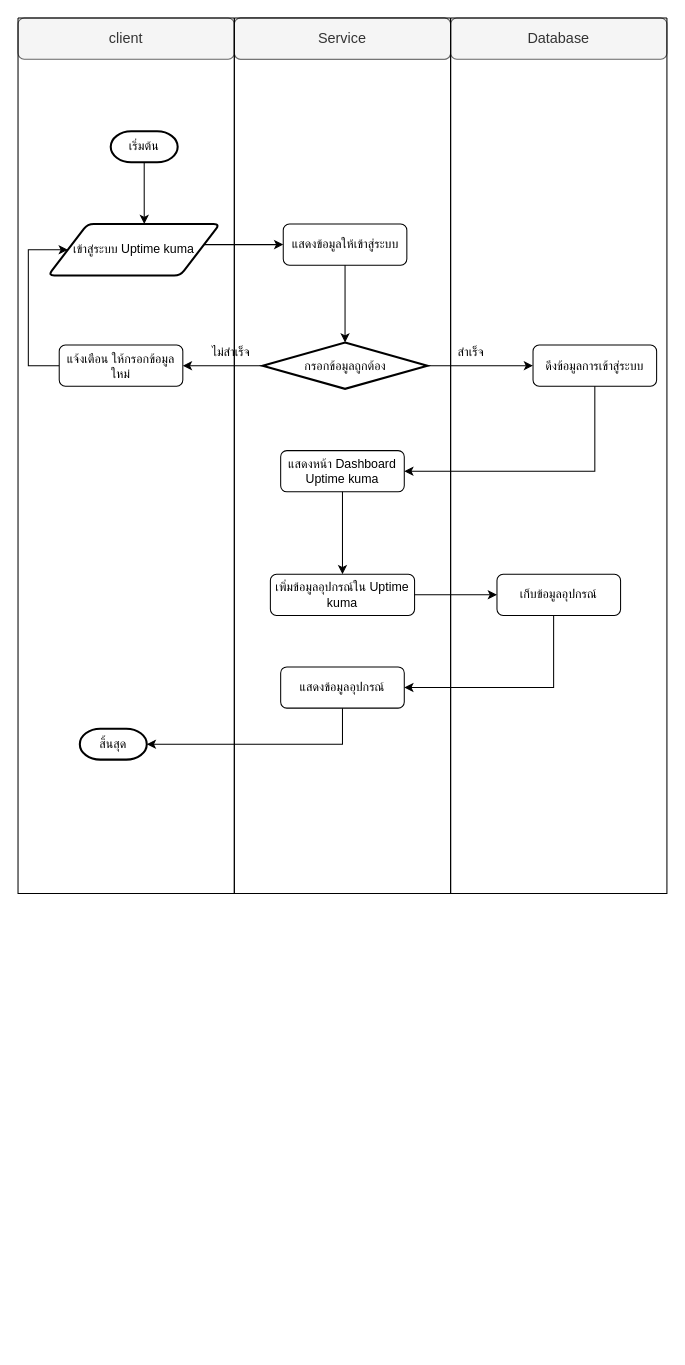
Above: page "flowchart-01" (9 of 9) of Diagram.drawio in Monaphat374/Sequence_project374 (draw.io), before the change. Source tidied: cells renumbered, new cells numbered last; positions are measured from the earlier drawing's top-left corner, leaving out a move shared by most shapes. Both pictures are drawn from the tidied source at 103%, with x=0, y=0 at pixel (18, 18).
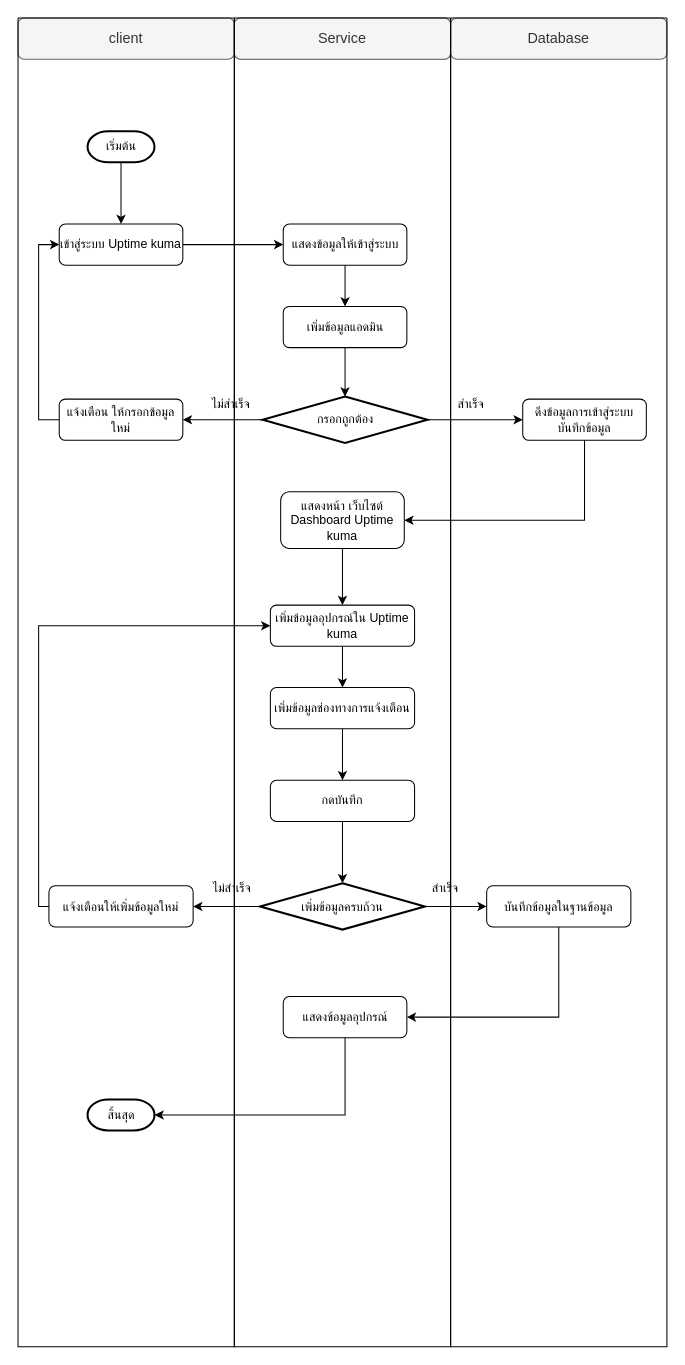
After the change.

Unchanged cells that the change refers to:
```xml
<mxCell id="7" value="แสดงข้อมูลให้เข้าสู่ระบบ" style="rounded=1;whiteSpace=wrap;html=1;" parent="6" vertex="1">
  <mxGeometry x="47.5" y="200" width="120" height="40" as="geometry" />
</mxCell>
```

Change to the diagram source:
```diff
@@
     <mxCell id="6" style="swimlane;startSize=0;strokeColor=light-dark(#000000,#000000);" parent="1" vertex="1">
-      <mxGeometry x="210" width="210" height="850" as="geometry" />
+      <mxGeometry x="210" width="210" height="1290" as="geometry" />
     </mxCell>
+    <mxCell id="33" style="edgeStyle=orthogonalEdgeStyle;rounded=0;jettySize=auto;html=1;entryX=0.5;entryY=0;entryDx=0;entryDy=0;" parent="6" edge="1" source="7" target="35">
+      <mxGeometry relative="1" as="geometry" />
+    </mxCell>
@@
-    <mxCell id="8" value="กรอกข้อมูลถูกต้อง" style="strokeWidth=2;html=1;shape=mxgraph.flowchart.decision;whiteSpace=wrap;" parent="6" vertex="1">
-      <mxGeometry x="27.5" y="315" width="160" height="45" as="geometry" />
+    <mxCell id="8" value="กรอกถูกต้อง" style="strokeWidth=2;html=1;shape=mxgraph.flowchart.decision;whiteSpace=wrap;" parent="6" vertex="1">
+      <mxGeometry x="27.5" y="367.5" width="160" height="45" as="geometry" />
     </mxCell>
     <mxCell id="9" value="แสดงข้อมูลอุปกรณ์" style="rounded=1;whiteSpace=wrap;html=1;" parent="6" vertex="1">
-      <mxGeometry x="45" y="630" width="120" height="40" as="geometry" />
+      <mxGeometry x="47.5" y="950" width="120" height="40" as="geometry" />
     </mxCell>
-    <mxCell id="10" value="แสดงหน้า Dashboard&lt;div&gt;Uptime kuma&lt;/div&gt;" style="rounded=1;whiteSpace=wrap;html=1;" parent="6" vertex="1">
-      <mxGeometry x="45" y="420" width="120" height="40" as="geometry" />
+    <mxCell id="10" value="แสดงหน้า เว็บไซต์&lt;div&gt;Dashboard Uptime kuma&lt;/div&gt;" style="rounded=1;whiteSpace=wrap;html=1;" parent="6" vertex="1">
+      <mxGeometry x="45" y="460" width="120" height="55" as="geometry" />
     </mxCell>
+    <mxCell id="34" style="edgeStyle=orthogonalEdgeStyle;rounded=0;jettySize=auto;html=1;entryX=0.5;entryY=0;entryDx=0;entryDy=0;" parent="6" edge="1" source="11" target="38">
+      <mxGeometry relative="1" as="geometry" />
+    </mxCell>
     <mxCell id="11" value="เพิ่มข้อมูลอุปกรณ์ใน Uptime kuma" style="rounded=1;whiteSpace=wrap;html=1;" parent="6" vertex="1">
-      <mxGeometry x="35" y="540" width="140" height="40" as="geometry" />
+      <mxGeometry x="35" y="570" width="140" height="40" as="geometry" />
     </mxCell>
@@
-    <mxCell id="13" style="edgeStyle=orthogonalEdgeStyle;rounded=0;jettySize=auto;html=1;entryX=0.5;entryY=0;entryDx=0;entryDy=0;entryPerimeter=0;" parent="6" edge="1" source="7" target="8">
-      <mxGeometry relative="1" as="geometry" />
-    </mxCell>
+    <mxCell id="35" value="เพิ่มข้อมูลแอดมิน" style="rounded=1;whiteSpace=wrap;html=1;" parent="6" vertex="1">
+      <mxGeometry x="47.5" y="280" width="120" height="40" as="geometry" />
+    </mxCell>
+    <mxCell id="36" style="edgeStyle=orthogonalEdgeStyle;rounded=0;jettySize=auto;html=1;entryX=0.5;entryY=0;entryDx=0;entryDy=0;entryPerimeter=0;" parent="6" edge="1" source="35" target="8">
+      <mxGeometry relative="1" as="geometry" />
+    </mxCell>
+    <mxCell id="37" style="edgeStyle=orthogonalEdgeStyle;rounded=0;jettySize=auto;html=1;exitX=0.5;exitY=1;exitDx=0;exitDy=0;entryX=0.5;entryY=0;entryDx=0;entryDy=0;" parent="6" edge="1" source="38" target="40">
+      <mxGeometry relative="1" as="geometry" />
+    </mxCell>
+    <mxCell id="38" value="เพิ่มข้อมูลช่องทางการแจ้งเตือน" style="rounded=1;whiteSpace=wrap;html=1;" parent="6" vertex="1">
+      <mxGeometry x="35" y="650" width="140" height="40" as="geometry" />
+    </mxCell>
+    <mxCell id="39" style="edgeStyle=orthogonalEdgeStyle;rounded=0;jettySize=auto;html=1;exitX=0.5;exitY=1;exitDx=0;exitDy=0;" parent="6" edge="1" source="40" target="41">
+      <mxGeometry relative="1" as="geometry" />
+    </mxCell>
+    <mxCell id="40" value="กดบันทึก" style="rounded=1;whiteSpace=wrap;html=1;" parent="6" vertex="1">
+      <mxGeometry x="35" y="740" width="140" height="40" as="geometry" />
+    </mxCell>
+    <mxCell id="41" value="เพิ่มข้อมูลครบถ้วน" style="strokeWidth=2;html=1;shape=mxgraph.flowchart.decision;whiteSpace=wrap;" parent="6" vertex="1">
+      <mxGeometry x="25" y="840" width="160" height="45" as="geometry" />
+    </mxCell>
+    <mxCell id="42" value="สำเร็จ" style="text;html=1;whiteSpace=wrap;strokeColor=none;fillColor=none;align=center;verticalAlign=middle;rounded=0;" parent="6" vertex="1">
+      <mxGeometry x="175" y="830" width="60" height="30" as="geometry" />
+    </mxCell>
+    <mxCell id="43" value="ไม่สำเร็จ" style="text;html=1;whiteSpace=wrap;strokeColor=none;fillColor=none;align=center;verticalAlign=middle;rounded=0;" parent="6" vertex="1">
+      <mxGeometry x="-32.5" y="830" width="60" height="30" as="geometry" />
+    </mxCell>
+    <mxCell id="22" style="swimlane;startSize=0;strokeColor=light-dark(#000000,#000000);" parent="6" vertex="1">
+      <mxGeometry x="210" width="210" height="1290" as="geometry" />
+    </mxCell>
+    <mxCell id="23" value="ดึงข้อมูลการเข้าสู่ระบบ&lt;div&gt;บันทึกข้อมูล&lt;/div&gt;" style="rounded=1;whiteSpace=wrap;html=1;" parent="22" vertex="1">
+      <mxGeometry x="70" y="370" width="120" height="40" as="geometry" />
+    </mxCell>
+    <mxCell id="44" value="บันทึกข้อมูลในฐานข้อมูล" style="rounded=1;whiteSpace=wrap;html=1;" parent="22" vertex="1">
+      <mxGeometry x="35" y="842.5" width="140" height="40" as="geometry" />
+    </mxCell>
+    <mxCell id="26" style="edgeStyle=orthogonalEdgeStyle;rounded=0;jettySize=auto;html=1;entryX=0;entryY=0.5;entryDx=0;entryDy=0;" parent="6" edge="1" source="8" target="23">
+      <mxGeometry relative="1" as="geometry" />
+    </mxCell>
+    <mxCell id="28" style="edgeStyle=orthogonalEdgeStyle;rounded=0;jettySize=auto;html=1;entryX=1;entryY=0.5;entryDx=0;entryDy=0;" parent="6" edge="1" source="23" target="10">
+      <mxGeometry relative="1" as="geometry">
+        <Array as="points">
+          <mxPoint x="340" y="487" />
+        </Array>
+      </mxGeometry>
+    </mxCell>
+    <mxCell id="45" style="edgeStyle=orthogonalEdgeStyle;rounded=0;jettySize=auto;html=1;entryX=0;entryY=0.5;entryDx=0;entryDy=0;" parent="6" edge="1" source="41" target="44">
+      <mxGeometry relative="1" as="geometry" />
+    </mxCell>
+    <mxCell id="46" style="edgeStyle=orthogonalEdgeStyle;rounded=0;jettySize=auto;html=1;entryX=1;entryY=0.5;entryDx=0;entryDy=0;" parent="6" edge="1" source="44" target="9">
+      <mxGeometry relative="1" as="geometry">
+        <Array as="points">
+          <mxPoint x="315" y="970" />
+        </Array>
+      </mxGeometry>
+    </mxCell>
     <mxCell id="14" style="swimlane;startSize=0;strokeColor=light-dark(#000000,#000000);" parent="1" vertex="1">
-      <mxGeometry width="210" height="850" as="geometry" />
+      <mxGeometry width="210" height="1290" as="geometry" />
     </mxCell>
-    <mxCell id="15" style="edgeStyle=orthogonalEdgeStyle;rounded=0;jettySize=auto;html=1;entryX=0;entryY=0.5;entryDx=0;entryDy=0;fontFamily=Helvetica;fontSize=12;fontColor=default;" parent="14" edge="1" source="16" target="19">
+    <mxCell id="15" style="edgeStyle=orthogonalEdgeStyle;rounded=0;jettySize=auto;html=1;entryX=0;entryY=0.5;entryDx=0;entryDy=0;" parent="14" edge="1" source="16" target="19">
       <mxGeometry relative="1" as="geometry">
         <Array as="points">
-          <mxPoint x="10" y="338" />
-          <mxPoint x="10" y="225" />
+          <mxPoint x="20" y="390" />
+          <mxPoint x="20" y="220" />
         </Array>
       </mxGeometry>
     </mxCell>
     <mxCell id="16" value="แจ้งเตือน ให้กรอกข้อมูลใหม่" style="rounded=1;whiteSpace=wrap;html=1;" parent="14" vertex="1">
-      <mxGeometry x="40" y="317.5" width="120" height="40" as="geometry" />
+      <mxGeometry x="40" y="370" width="120" height="40" as="geometry" />
     </mxCell>
+    <mxCell id="21" style="edgeStyle=orthogonalEdgeStyle;rounded=0;jettySize=auto;html=1;entryX=0.5;entryY=0;entryDx=0;entryDy=0;" parent="14" edge="1" source="17" target="19">
+      <mxGeometry relative="1" as="geometry" />
+    </mxCell>
     <mxCell id="17" value="เริ่มต้น" style="strokeWidth=2;html=1;shape=mxgraph.flowchart.terminator;whiteSpace=wrap;" parent="14" vertex="1">
-      <mxGeometry x="90" y="110" width="65" height="30" as="geometry" />
+      <mxGeometry x="67.5" y="110" width="65" height="30" as="geometry" />
     </mxCell>
-    <mxCell id="18" value="สิ้นสุด" style="strokeWidth=2;html=1;shape=mxgraph.flowchart.terminator;whiteSpace=wrap;" parent="14" vertex="1">
-      <mxGeometry x="60" y="690" width="65" height="30" as="geometry" />
-    </mxCell>
-    <mxCell id="19" value="เข้าสู่ระบบ Uptime kuma" style="shape=parallelogram;html=1;strokeWidth=2;perimeter=parallelogramPerimeter;whiteSpace=wrap;rounded=1;arcSize=12;size=0.23;" parent="14" vertex="1">
-      <mxGeometry x="29.2" y="200" width="166.7" height="50" as="geometry" />
+    <mxCell id="19" value="เข้าสู่ระบบ Uptime kuma" style="rounded=1;whiteSpace=wrap;html=1;" parent="14" vertex="1">
+      <mxGeometry x="40" y="200" width="120" height="40" as="geometry" />
     </mxCell>
     <mxCell id="20" value="ไม่สำเร็จ" style="text;html=1;whiteSpace=wrap;strokeColor=none;fillColor=none;align=center;verticalAlign=middle;rounded=0;" parent="14" vertex="1">
-      <mxGeometry x="176.7" y="310" width="60" height="30" as="geometry" />
+      <mxGeometry x="176.7" y="360" width="60" height="30" as="geometry" />
     </mxCell>
-    <mxCell id="21" style="edgeStyle=orthogonalEdgeStyle;rounded=0;jettySize=auto;html=1;exitX=0.5;exitY=1;exitDx=0;exitDy=0;exitPerimeter=0;entryX=0.56;entryY=0;entryDx=0;entryDy=0;entryPerimeter=0;fontFamily=Helvetica;fontSize=12;fontColor=default;" parent="14" edge="1" source="17" target="19">
-      <mxGeometry relative="1" as="geometry" />
-    </mxCell>
-    <mxCell id="22" style="swimlane;startSize=0;strokeColor=light-dark(#000000,#000000);" parent="1" vertex="1">
-      <mxGeometry x="420" width="210" height="850" as="geometry" />
-    </mxCell>
-    <mxCell id="23" value="ดึงข้อมูลการเข้าสู่ระบบ" style="rounded=1;whiteSpace=wrap;html=1;" parent="22" vertex="1">
-      <mxGeometry x="80" y="317.5" width="120" height="40" as="geometry" />
-    </mxCell>
-    <mxCell id="24" value="เก็บข้อมูลอุปกรณ์" style="rounded=1;whiteSpace=wrap;html=1;" parent="22" vertex="1">
-      <mxGeometry x="45" y="540" width="120" height="40" as="geometry" />
-    </mxCell>
+    <mxCell id="47" value="แจ้งเตือนให้เพิ่มข้อมูลใหม่" style="rounded=1;whiteSpace=wrap;html=1;" parent="14" vertex="1">
+      <mxGeometry x="30" y="842.5" width="140" height="40" as="geometry" />
+    </mxCell>
+    <mxCell id="18" value="สิ้นสุด" style="strokeWidth=2;html=1;shape=mxgraph.flowchart.terminator;whiteSpace=wrap;" parent="14" vertex="1">
+      <mxGeometry x="67.5" y="1050" width="65" height="30" as="geometry" />
+    </mxCell>
+    <mxCell id="27" style="edgeStyle=orthogonalEdgeStyle;rounded=0;jettySize=auto;html=1;entryX=1;entryY=0.5;entryDx=0;entryDy=0;" parent="1" edge="1" source="8" target="16">
+      <mxGeometry relative="1" as="geometry" />
+    </mxCell>
+    <mxCell id="32" style="edgeStyle=orthogonalEdgeStyle;rounded=0;jettySize=auto;html=1;entryX=0;entryY=0.5;entryDx=0;entryDy=0;" parent="1" edge="1" source="19" target="7">
+      <mxGeometry relative="1" as="geometry" />
+    </mxCell>
-    <mxCell id="25" value="สำเร็จ" style="text;html=1;whiteSpace=wrap;strokeColor=none;fillColor=none;align=center;verticalAlign=middle;rounded=0;" parent="22" vertex="1">
-      <mxGeometry x="-10" y="310" width="60" height="30" as="geometry" />
+    <mxCell id="25" value="สำเร็จ" style="text;html=1;whiteSpace=wrap;strokeColor=none;fillColor=none;align=center;verticalAlign=middle;rounded=0;" parent="1" vertex="1">
+      <mxGeometry x="410" y="360" width="60" height="30" as="geometry" />
     </mxCell>
-    <mxCell id="26" style="edgeStyle=orthogonalEdgeStyle;rounded=0;jettySize=auto;html=1;entryX=0;entryY=0.5;entryDx=0;entryDy=0;" parent="1" edge="1" source="8" target="23">
-      <mxGeometry relative="1" as="geometry" />
-    </mxCell>
-    <mxCell id="27" style="edgeStyle=orthogonalEdgeStyle;rounded=0;jettySize=auto;html=1;entryX=1;entryY=0.5;entryDx=0;entryDy=0;" parent="1" edge="1" source="8" target="16">
-      <mxGeometry relative="1" as="geometry" />
-    </mxCell>
-    <mxCell id="28" style="edgeStyle=orthogonalEdgeStyle;rounded=0;jettySize=auto;html=1;entryX=1;entryY=0.5;entryDx=0;entryDy=0;" parent="1" edge="1" source="23" target="10">
-      <mxGeometry relative="1" as="geometry">
-        <Array as="points">
-          <mxPoint x="560" y="440" />
-        </Array>
-      </mxGeometry>
-    </mxCell>
-    <mxCell id="29" style="edgeStyle=orthogonalEdgeStyle;rounded=0;jettySize=auto;html=1;entryX=0;entryY=0.5;entryDx=0;entryDy=0;" parent="1" edge="1" source="11" target="24">
-      <mxGeometry relative="1" as="geometry" />
-    </mxCell>
-    <mxCell id="30" style="edgeStyle=orthogonalEdgeStyle;rounded=0;jettySize=auto;html=1;entryX=1;entryY=0.5;entryDx=0;entryDy=0;" parent="1" edge="1" source="24" target="9">
-      <mxGeometry relative="1" as="geometry">
-        <Array as="points">
-          <mxPoint x="520" y="650" />
-        </Array>
-      </mxGeometry>
-    </mxCell>
+    <mxCell id="48" style="edgeStyle=orthogonalEdgeStyle;rounded=0;jettySize=auto;html=1;entryX=1;entryY=0.5;entryDx=0;entryDy=0;" parent="1" edge="1" source="41" target="47">
+      <mxGeometry relative="1" as="geometry" />
+    </mxCell>
+    <mxCell id="49" style="edgeStyle=orthogonalEdgeStyle;rounded=0;jettySize=auto;html=1;entryX=0;entryY=0.5;entryDx=0;entryDy=0;" parent="1" edge="1" source="47" target="11">
+      <mxGeometry relative="1" as="geometry">
+        <Array as="points">
+          <mxPoint x="20" y="862" />
+          <mxPoint x="20" y="590" />
+        </Array>
+      </mxGeometry>
+    </mxCell>
     <mxCell id="31" style="edgeStyle=orthogonalEdgeStyle;rounded=0;jettySize=auto;html=1;entryX=1;entryY=0.5;entryDx=0;entryDy=0;entryPerimeter=0;" parent="1" edge="1" source="9" target="18">
       <mxGeometry relative="1" as="geometry">
         <Array as="points">
-          <mxPoint x="315" y="705" />
+          <mxPoint x="317" y="1065" />
         </Array>
       </mxGeometry>
     </mxCell>
-    <mxCell id="32" style="edgeStyle=orthogonalEdgeStyle;rounded=0;jettySize=auto;html=1;entryX=0;entryY=0.5;entryDx=0;entryDy=0;fontFamily=Helvetica;fontSize=12;fontColor=default;" parent="1" edge="1" source="19" target="7">
-      <mxGeometry relative="1" as="geometry">
-        <Array as="points">
-          <mxPoint x="190" y="220" />
-          <mxPoint x="190" y="220" />
-        </Array>
-      </mxGeometry>
-    </mxCell>
```
